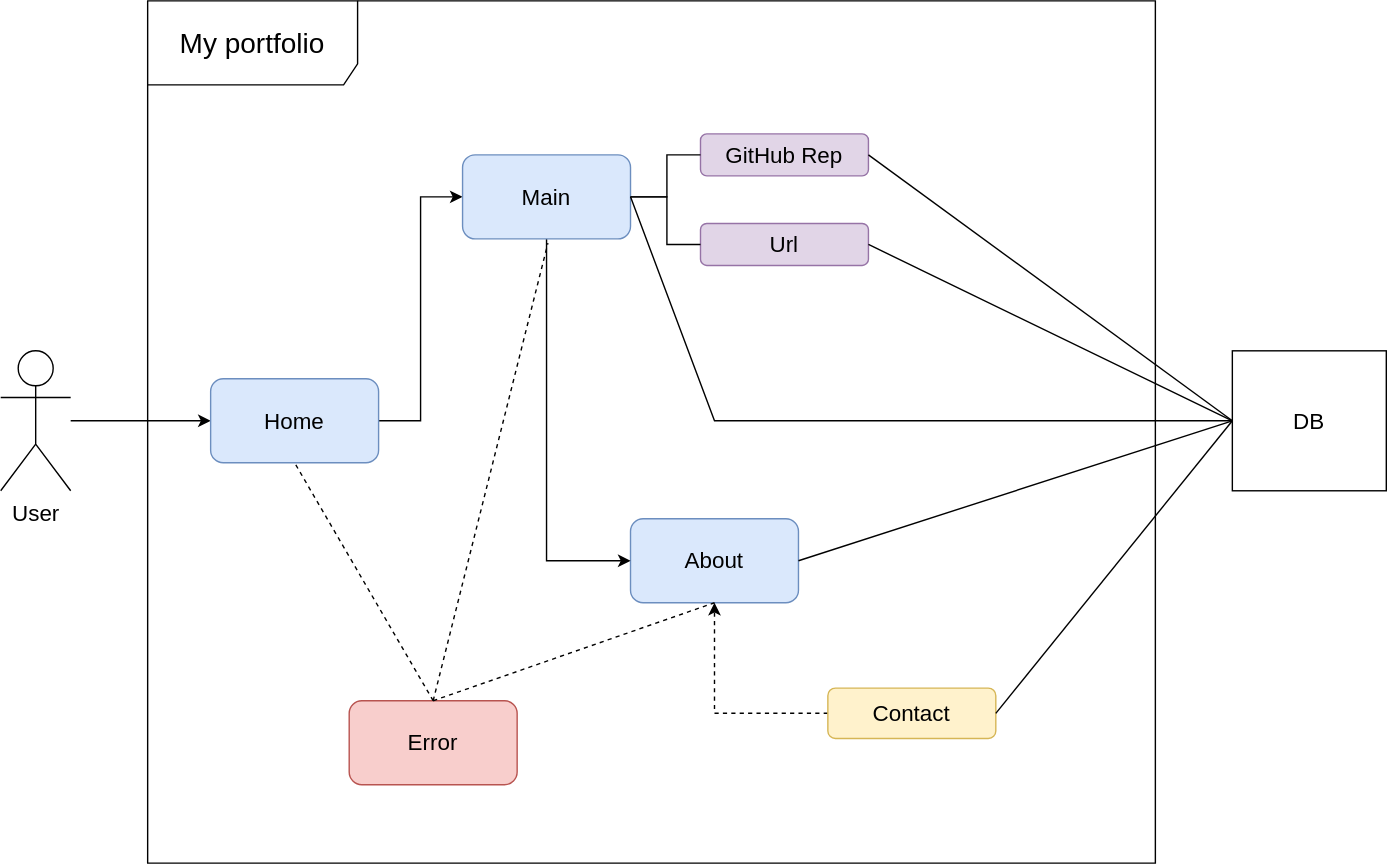
This is document/use-case.svg from benedictJHGil/my-portfolio-app, a draw.io export, as it was before one commit. Source tidied: cells renumbered, new cells last; positions are measured from the earlier drawing's top-left corner, leaving out a move shared by most shapes.
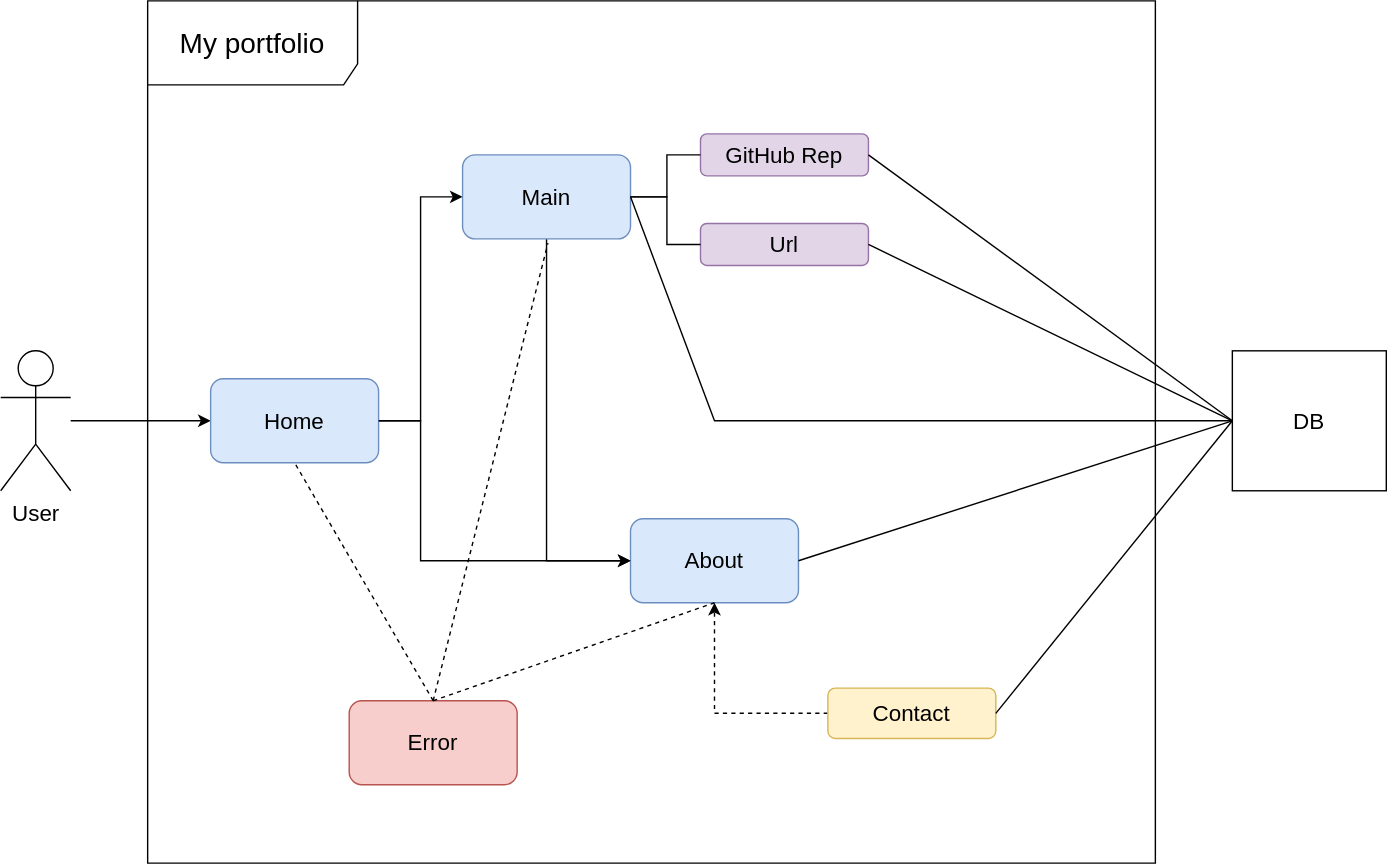
The same file after the commit.

What changed in the source:
```diff
@@ -90,5 +90,13 @@
     <mxCell id="25" style="endArrow=none;dashed=1;html=1;strokeWidth=1;rounded=0;exitX=0.5;exitY=0;exitDx=0;exitDy=0;entryX=0.5;entryY=1;entryDx=0;entryDy=0;" parent="1" edge="1" source="22" target="7">
       <mxGeometry relative="1" as="geometry" />
     </mxCell>
+    <mxCell id="26" style="edgeStyle=orthogonalEdgeStyle;rounded=0;jettySize=auto;html=1;exitX=1;exitY=0.5;exitDx=0;exitDy=0;entryX=0;entryY=0.5;entryDx=0;entryDy=0;" parent="1" edge="1" source="6" target="7">
+      <mxGeometry relative="1" as="geometry">
+        <Array as="points">
+          <mxPoint x="300" y="300" />
+          <mxPoint x="300" y="400" />
+        </Array>
+      </mxGeometry>
+    </mxCell>
   </root>
 </mxGraphModel>
```
